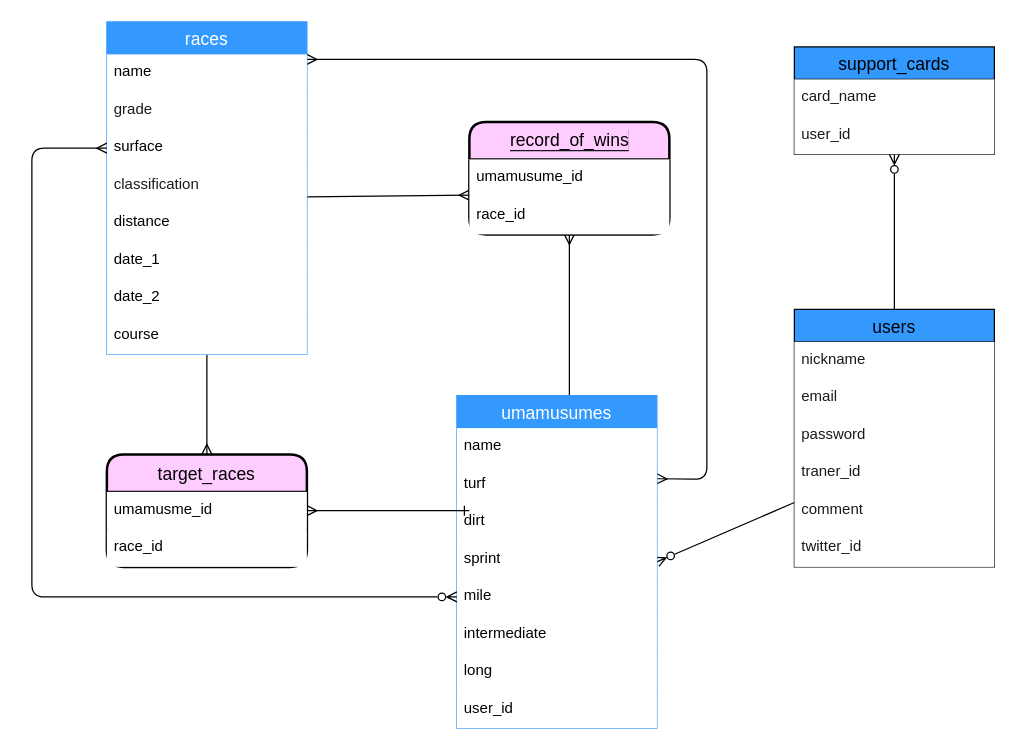
kenkenkaiden/umamusume_crown_complete_support keeps this draw.io diagram as ER図.dio. Above is the earlier version. Source tidied: cells renumbered, new cells numbered last; positions are measured from the earlier drawing's top-left corner, leaving out a move shared by most shapes. Both pictures are drawn from the tidied source at 125%, with x=0, y=0 at pixel (31, 21).
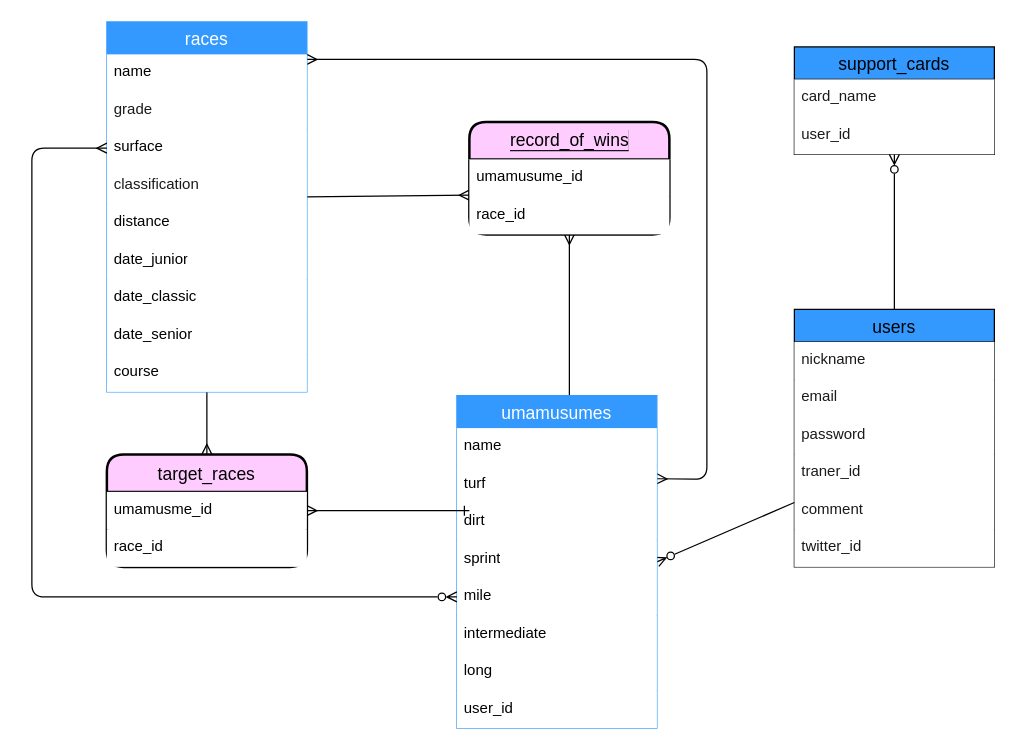
The same diagram, later.

The edit, as a diff of the source:
```diff
@@
     <mxCell id="27" value="races" style="swimlane;fontStyle=0;horizontal=1;startSize=26;align=center;fontSize=14;labelBackgroundColor=none;strokeColor=#3399FF;fontColor=#FFFFFF;fillColor=#3399FF;" parent="1" vertex="1">
-      <mxGeometry x="60" width="160" height="266" as="geometry" />
+      <mxGeometry x="60" width="160" height="296" as="geometry" />
     </mxCell>
@@
-    <mxCell id="33" value="date_1" style="text;strokeColor=none;fillColor=#FFFFFF;spacingLeft=4;spacingRight=4;overflow=hidden;fontSize=12;labelBackgroundColor=#FFFFFF;fontColor=#000000;html=1;" parent="27" vertex="1">
+    <mxCell id="33" value="date_junior" style="text;strokeColor=none;fillColor=#FFFFFF;spacingLeft=4;spacingRight=4;overflow=hidden;fontSize=12;labelBackgroundColor=#FFFFFF;fontColor=#000000;html=1;" parent="27" vertex="1">
       <mxGeometry y="176" width="160" height="30" as="geometry" />
     </mxCell>
-    <mxCell id="34" value="date_2" style="text;strokeColor=none;fillColor=#FFFFFF;spacingLeft=4;spacingRight=4;overflow=hidden;fontSize=12;labelBackgroundColor=#FFFFFF;fontColor=#000000;html=1;" parent="27" vertex="1">
+    <mxCell id="34" value="date_classic" style="text;strokeColor=none;fillColor=#FFFFFF;spacingLeft=4;spacingRight=4;overflow=hidden;fontSize=12;labelBackgroundColor=#FFFFFF;fontColor=#000000;html=1;" parent="27" vertex="1">
       <mxGeometry y="206" width="160" height="30" as="geometry" />
     </mxCell>
+    <mxCell id="44" value="date_senior" style="text;strokeColor=none;fillColor=#FFFFFF;spacingLeft=4;spacingRight=4;overflow=hidden;fontSize=12;fontColor=#000000;" parent="27" vertex="1">
+      <mxGeometry y="236" width="160" height="30" as="geometry" />
+    </mxCell>
     <mxCell id="35" value="course" style="text;strokeColor=none;fillColor=#FFFFFF;spacingLeft=4;spacingRight=4;overflow=hidden;fontSize=12;labelBackgroundColor=#FFFFFF;fontColor=#000000;html=1;" parent="27" vertex="1">
-      <mxGeometry y="236" width="160" height="30" as="geometry" />
+      <mxGeometry y="266" width="160" height="30" as="geometry" />
     </mxCell>
```
